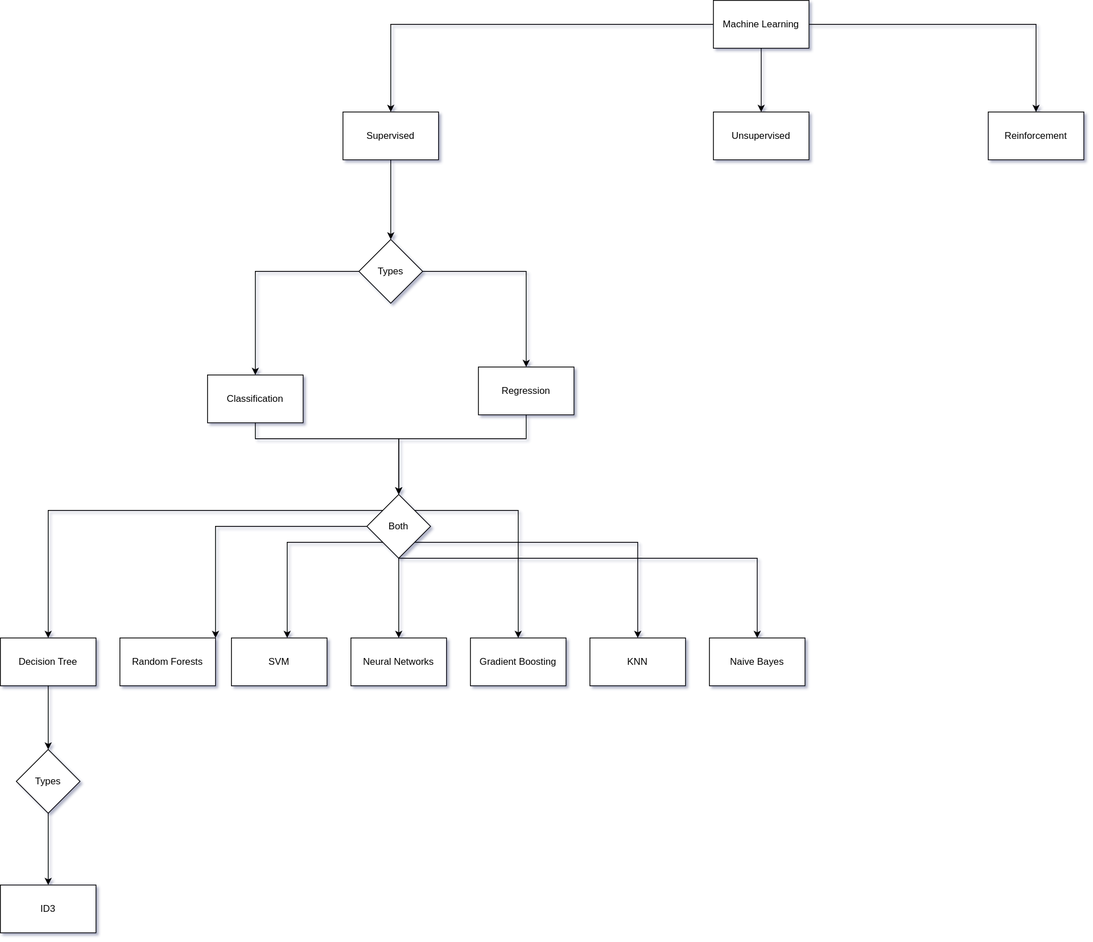
The draw.io diagram MLT_flowchart.svg in rachit-bharadwaj/mlt, before a commit. Source tidied: cells renumbered, new cells last; positions are measured from the earlier drawing's top-left corner, leaving out a move shared by most shapes.
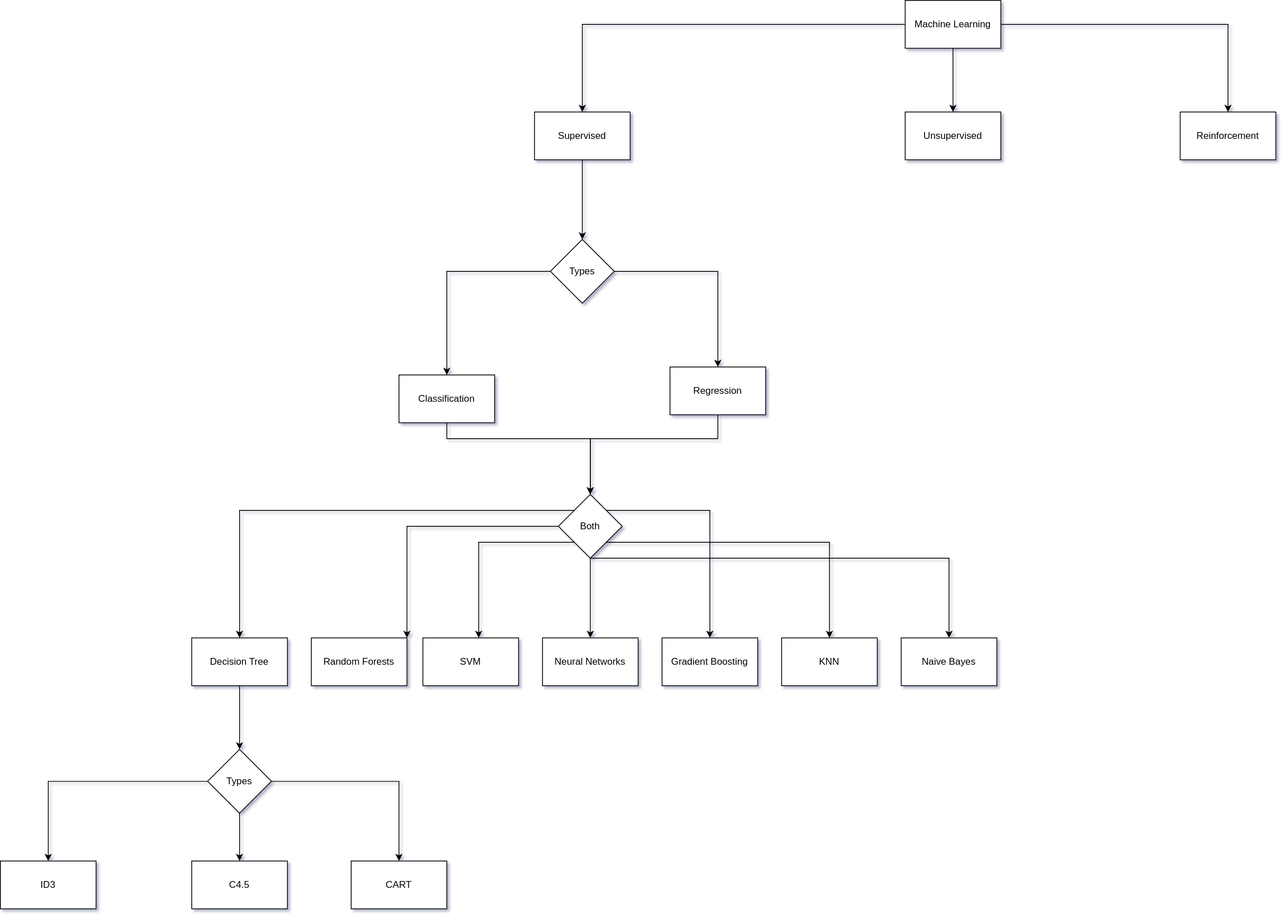
Later version of the same file.

What changed in the source:
```diff
@@ -130,11 +130,23 @@
     <mxCell id="33" style="edgeStyle=orthogonalEdgeStyle;rounded=0;jettySize=auto;html=1;" parent="1" edge="1" source="34" target="35">
       <mxGeometry relative="1" as="geometry" />
     </mxCell>
+    <mxCell id="36" style="edgeStyle=orthogonalEdgeStyle;rounded=0;jettySize=auto;html=1;" parent="1" edge="1" source="34" target="38">
+      <mxGeometry relative="1" as="geometry" />
+    </mxCell>
+    <mxCell id="37" style="edgeStyle=orthogonalEdgeStyle;rounded=0;jettySize=auto;html=1;" parent="1" edge="1" source="34" target="39">
+      <mxGeometry relative="1" as="geometry" />
+    </mxCell>
     <mxCell id="34" value="Types" style="rhombus;whiteSpace=wrap;html=1;rounded=0;" parent="1" vertex="1">
       <mxGeometry x="20" y="940" width="80" height="80" as="geometry" />
     </mxCell>
     <mxCell id="35" value="ID3" style="whiteSpace=wrap;html=1;rounded=0;" parent="1" vertex="1">
-      <mxGeometry y="1110" width="120" height="60" as="geometry" />
+      <mxGeometry x="-240" y="1080" width="120" height="60" as="geometry" />
     </mxCell>
+    <mxCell id="38" value="C4.5" style="whiteSpace=wrap;html=1;rounded=0;" parent="1" vertex="1">
+      <mxGeometry y="1080" width="120" height="60" as="geometry" />
+    </mxCell>
+    <mxCell id="39" value="CART" style="whiteSpace=wrap;html=1;rounded=0;" parent="1" vertex="1">
+      <mxGeometry x="200" y="1080" width="120" height="60" as="geometry" />
+    </mxCell>
   </root>
 </mxGraphModel>
```
